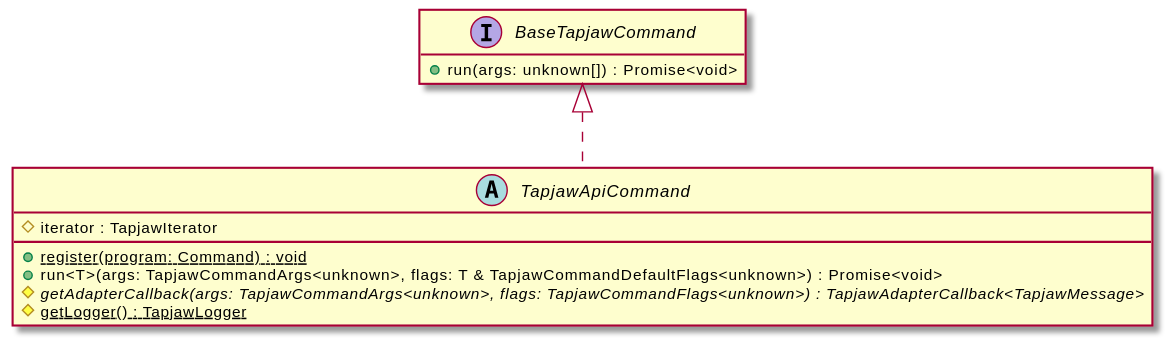
The PlantUML diagram api-docs/assets/TapjawApiCommand-umlClassDiagram-41.svg in digidip/tapjaw-importer, before a commit.
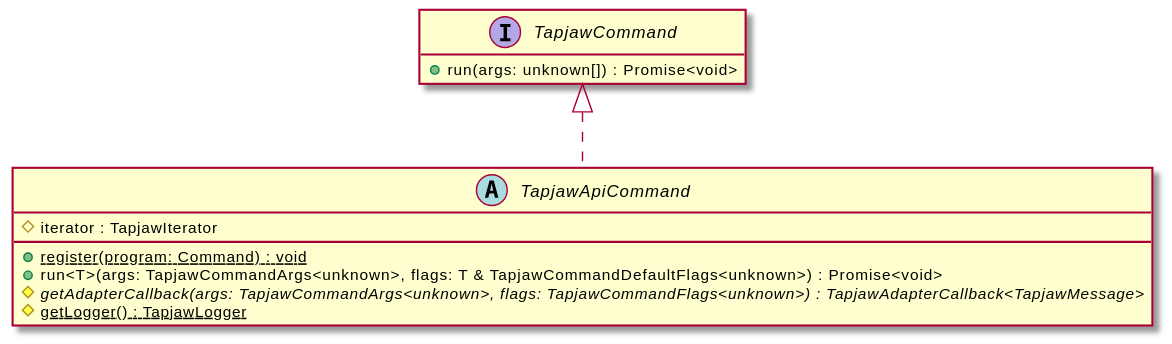
After the change.

Diff of the diagram source:
```diff
@@ -9,8 +9,8 @@
     {abstract} #getAdapterCallback(args: TapjawCommandArgs<unknown>, flags: TapjawCommandFlags<unknown>) : TapjawAdapterCallback<TapjawMessage>
     {static} #getLogger() : TapjawLogger
 }
-interface "BaseTapjawCommand" {
+interface "TapjawCommand" {
     +run(args: unknown[]) : Promise<void>
 }
-"BaseTapjawCommand" <|.. "TapjawApiCommand"
+"TapjawCommand" <|.. "TapjawApiCommand"
 @enduml
```
